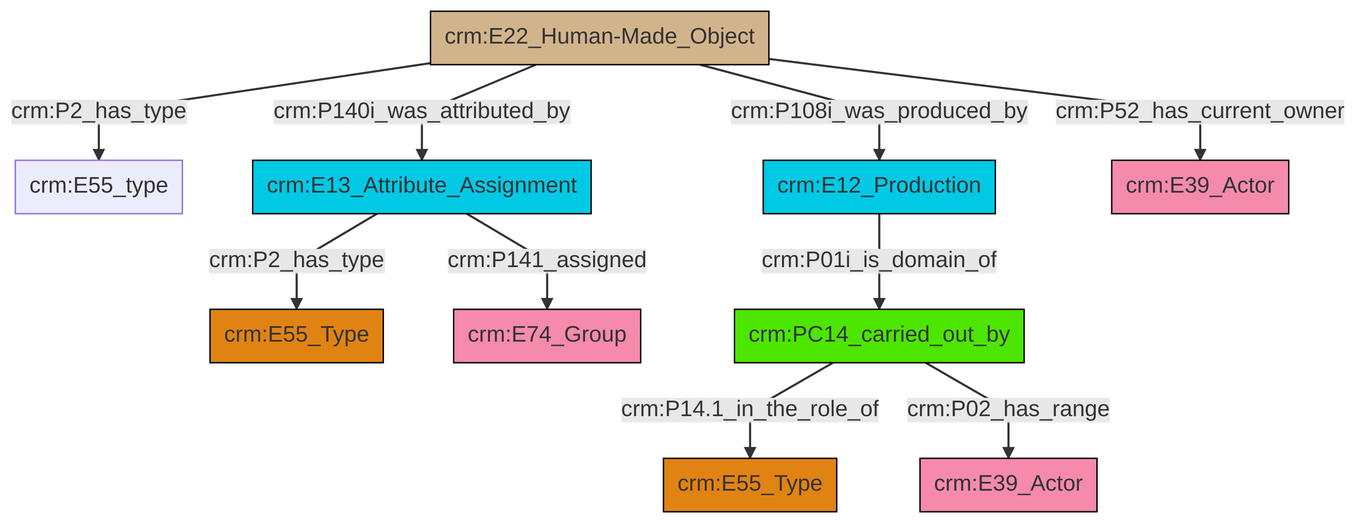
Earlier version of the Mermaid export et/builtWorkCSV/ttl/mmd/png/Built_Work_actor_relations.png (swiss-art-research-net/reference-data-models). Its source is kept beside it as et/builtWorkCSV/ttl/mmd/Built_Work_actor_relations.ttl.mmd.
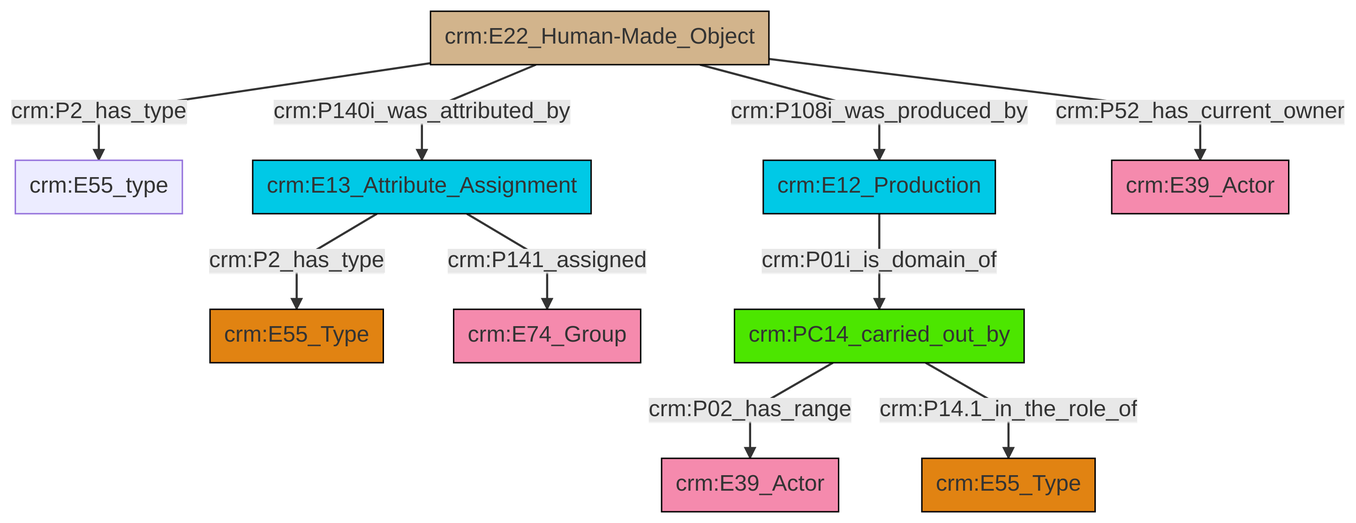
Later version of the same file.

Diff of the diagram source:
```diff
@@ -13,12 +13,12 @@
 classDef PC_Classes fill:#4ce600, stroke:#000000;
 classDef Multi fill:#cccccc,stroke:#000000;
 
-4["crm:PC14_carried_out_by"]:::PC_Classes -->|crm:P14.1_in_the_role_of| 6["crm:E55_Type"]:::Type
-8["crm:E22_Human-Made_Object"]:::Physical_Thing -->|crm:P2_has_type| 10["crm:E55_type"]:::Default
-4["crm:PC14_carried_out_by"]:::PC_Classes -->|crm:P02_has_range| 13["crm:E39_Actor"]:::Actor
-11["crm:E13_Attribute_Assignment"]:::Temporal_Entity -->|crm:P141_assigned| 2["crm:E74_Group"]:::Actor
-8["crm:E22_Human-Made_Object"]:::Physical_Thing -->|crm:P140i_was_attributed_by| 11["crm:E13_Attribute_Assignment"]:::Temporal_Entity
-8["crm:E22_Human-Made_Object"]:::Physical_Thing -->|crm:P108i_was_produced_by| 14["crm:E12_Production"]:::Temporal_Entity
-8["crm:E22_Human-Made_Object"]:::Physical_Thing -->|crm:P52_has_current_owner| 16["crm:E39_Actor"]:::Actor
-11["crm:E13_Attribute_Assignment"]:::Temporal_Entity -->|crm:P2_has_type| 0["crm:E55_Type"]:::Type
-14["crm:E12_Production"]:::Temporal_Entity -->|crm:P01i_is_domain_of| 4["crm:PC14_carried_out_by"]:::PC_Classes
+0["crm:E22_Human-Made_Object"]:::Physical_Thing -->|crm:P2_has_type| 1["crm:E55_type"]:::Default
+11["crm:PC14_carried_out_by"]:::PC_Classes -->|crm:P02_has_range| 12["crm:E39_Actor"]:::Actor
+0["crm:E22_Human-Made_Object"]:::Physical_Thing -->|crm:P140i_was_attributed_by| 9["crm:E13_Attribute_Assignment"]:::Temporal_Entity
+11["crm:PC14_carried_out_by"]:::PC_Classes -->|crm:P14.1_in_the_role_of| 7["crm:E55_Type"]:::Type
+0["crm:E22_Human-Made_Object"]:::Physical_Thing -->|crm:P108i_was_produced_by| 17["crm:E12_Production"]:::Temporal_Entity
+0["crm:E22_Human-Made_Object"]:::Physical_Thing -->|crm:P52_has_current_owner| 18["crm:E39_Actor"]:::Actor
+9["crm:E13_Attribute_Assignment"]:::Temporal_Entity -->|crm:P2_has_type| 2["crm:E55_Type"]:::Type
+17["crm:E12_Production"]:::Temporal_Entity -->|crm:P01i_is_domain_of| 11["crm:PC14_carried_out_by"]:::PC_Classes
+9["crm:E13_Attribute_Assignment"]:::Temporal_Entity -->|crm:P141_assigned| 4["crm:E74_Group"]:::Actor
```
